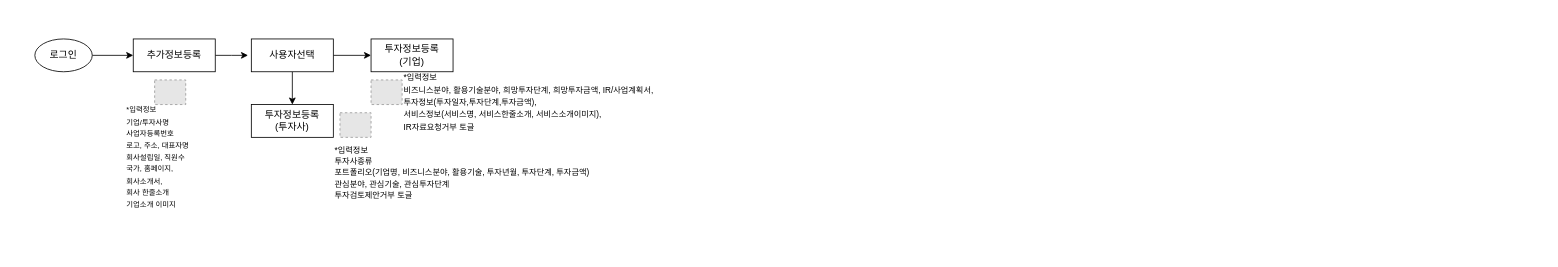
Above: 비즈니스나우(투자)_RESET 2차.drawio in Lucidhomme/TIL (draw.io), before the change. Source tidied: cells renumbered, new cells numbered last; positions are measured from the earlier drawing's top-left corner, leaving out a move shared by most shapes. Both pictures are drawn from the tidied source at 82%, with x=0, y=0 at pixel (34, 39). Pictures stored in the file or linked from it are replaced by grey dashed boxes.
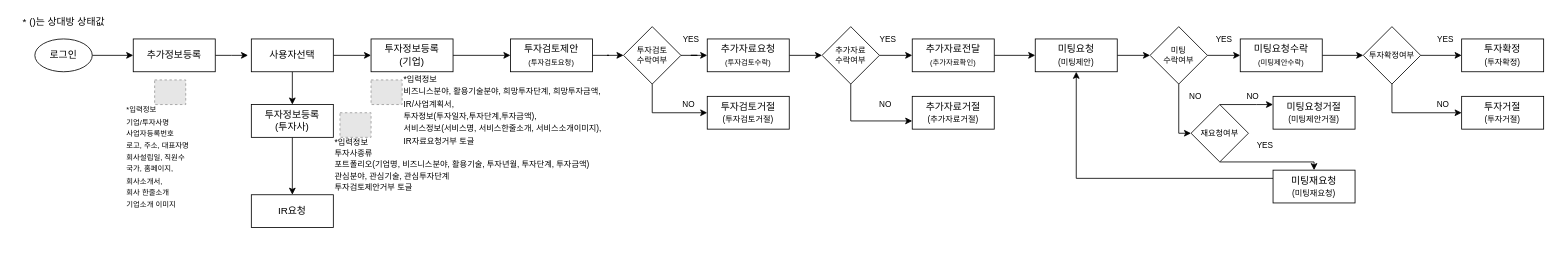
The same page after the edit.

Commit message (it also covers changes not shown here):
Update 비즈니스나우(투자)_RESET 2차.drawio

The change refers to these unchanged cells:
```xml
<mxCell id="9" value="투자정보등록&lt;br&gt;(투자사)" style="rounded=0;whiteSpace=wrap;html=1;" parent="1" vertex="1">
  <mxGeometry x="264" y="80" width="100" height="40" as="geometry" />
</mxCell>
<mxCell id="10" value="투자정보등록&lt;br&gt;(기업)" style="rounded=0;whiteSpace=wrap;html=1;" parent="1" vertex="1">
  <mxGeometry x="410" width="100" height="40" as="geometry" />
</mxCell>
```

Diff of the diagram source:
```diff
@@
+    <mxCell id="17" style="edgeStyle=orthogonalEdgeStyle;rounded=0;jettySize=auto;html=1;entryX=0.5;entryY=0;entryDx=0;entryDy=0;" parent="1" edge="1" source="9" target="19">
+      <mxGeometry relative="1" as="geometry" />
+    </mxCell>
@@
+    <mxCell id="18" style="edgeStyle=orthogonalEdgeStyle;rounded=0;jettySize=auto;html=1;entryX=0;entryY=0.5;entryDx=0;entryDy=0;" parent="1" edge="1" source="10" target="21">
+      <mxGeometry relative="1" as="geometry" />
+    </mxCell>
@@
     <mxCell id="15" value="&lt;font style=&quot;font-size: 10px&quot;&gt;*입력정보&lt;br&gt;&lt;p style=&quot;margin-top: 0pt ; margin-bottom: 0pt ; margin-left: 0in ; direction: ltr ; unicode-bidi: embed&quot;&gt;&lt;span style=&quot;font-family: &amp;#34;맑은 고딕&amp;#34;&quot;&gt;투자사종류&lt;/span&gt;&lt;/p&gt;&lt;span style=&quot;font-family: &amp;#34;맑은 고딕&amp;#34;&quot;&gt;포트폴리오&lt;/span&gt;&lt;span style=&quot;font-family: &amp;#34;맑은 고딕&amp;#34;&quot;&gt;(&lt;/span&gt;&lt;span style=&quot;font-family: &amp;#34;맑은 고딕&amp;#34;&quot;&gt;기업명&lt;/span&gt;&lt;span style=&quot;font-family: &amp;#34;맑은 고딕&amp;#34;&quot;&gt;, &lt;/span&gt;&lt;span style=&quot;font-family: &amp;#34;맑은 고딕&amp;#34;&quot;&gt;비즈니스분야&lt;/span&gt;&lt;span style=&quot;font-family: &amp;#34;맑은 고딕&amp;#34;&quot;&gt;, &lt;/span&gt;&lt;span style=&quot;font-family: &amp;#34;맑은 고딕&amp;#34;&quot;&gt;활용기술&lt;/span&gt;&lt;span style=&quot;font-family: &amp;#34;맑은 고딕&amp;#34;&quot;&gt;, &lt;/span&gt;&lt;span style=&quot;font-family: &amp;#34;맑은 고딕&amp;#34;&quot;&gt;투자년월&lt;/span&gt;&lt;span style=&quot;font-family: &amp;#34;맑은 고딕&amp;#34;&quot;&gt;, &lt;/span&gt;&lt;span style=&quot;font-family: &amp;#34;맑은 고딕&amp;#34;&quot;&gt;투자단계&lt;/span&gt;&lt;span style=&quot;font-family: &amp;#34;맑은 고딕&amp;#34;&quot;&gt;, &lt;/span&gt;&lt;span style=&quot;font-family: &amp;#34;맑은 고딕&amp;#34;&quot;&gt;투자금액&lt;/span&gt;&lt;span style=&quot;font-family: &amp;#34;맑은 고딕&amp;#34;&quot;&gt;)&lt;/span&gt;&lt;br&gt;&lt;span style=&quot;font-family: &amp;#34;맑은 고딕&amp;#34;&quot;&gt;관심분야&lt;/span&gt;&lt;span style=&quot;font-family: &amp;#34;맑은 고딕&amp;#34;&quot;&gt;, &lt;/span&gt;&lt;span style=&quot;font-family: &amp;#34;맑은 고딕&amp;#34;&quot;&gt;관심기술&lt;/span&gt;&lt;span style=&quot;font-family: &amp;#34;맑은 고딕&amp;#34;&quot;&gt;, &lt;/span&gt;&lt;span style=&quot;font-family: &amp;#34;맑은 고딕&amp;#34;&quot;&gt;관심투자단계&lt;/span&gt;&lt;br&gt;&lt;span style=&quot;font-family: &amp;#34;맑은 고딕&amp;#34;&quot;&gt;투자검토제안거부&amp;nbsp;&lt;/span&gt;&lt;span style=&quot;font-family: &amp;#34;맑은 고딕&amp;#34;&quot;&gt;토글&lt;/span&gt;&lt;span style=&quot;font-family: &amp;#34;맑은 고딕&amp;#34;&quot;&gt;&lt;br&gt;&lt;/span&gt;&lt;span style=&quot;font-family: &amp;#34;맑은 고딕&amp;#34;&quot;&gt;&lt;br&gt;&lt;br&gt;&lt;/span&gt;&lt;span style=&quot;font-family: &amp;#34;맑은 고딕&amp;#34;&quot;&gt;&lt;br&gt;&lt;/span&gt;&lt;/font&gt;" style="text;html=1;align=left;verticalAlign=middle;fillColor=none;strokeColor=none;rounded=0;" parent="1" vertex="1">
-      <mxGeometry x="364" y="120" width="350" height="130" as="geometry" />
+      <mxGeometry x="364" y="110" width="350" height="130" as="geometry" />
     </mxCell>
-    <mxCell id="16" value="&lt;font style=&quot;font-size: 10px&quot;&gt;*입력정보&lt;br&gt;&lt;p style=&quot;line-height: normal ; margin: 0pt 0in ; text-indent: 0in ; direction: ltr ; unicode-bidi: embed&quot;&gt;&lt;span style=&quot;font-family: &amp;#34;맑은 고딕&amp;#34;&quot;&gt;비즈니스분야&lt;/span&gt;&lt;span style=&quot;font-family: &amp;#34;맑은 고딕&amp;#34;&quot;&gt;, &lt;/span&gt;&lt;span style=&quot;font-family: &amp;#34;맑은 고딕&amp;#34;&quot;&gt;활용기술분야&lt;/span&gt;&lt;span style=&quot;font-family: &amp;#34;맑은 고딕&amp;#34;&quot;&gt;, &lt;/span&gt;&lt;span style=&quot;font-family: &amp;#34;맑은 고딕&amp;#34;&quot;&gt;희망투자단계&lt;/span&gt;&lt;span style=&quot;font-family: &amp;#34;맑은 고딕&amp;#34;&quot;&gt;, &lt;/span&gt;&lt;span style=&quot;font-family: &amp;#34;맑은 고딕&amp;#34;&quot;&gt;희망투자금액&lt;/span&gt;&lt;span style=&quot;font-family: &amp;#34;맑은 고딕&amp;#34;&quot;&gt;, IR/&lt;/span&gt;&lt;span style=&quot;font-family: &amp;#34;맑은 고딕&amp;#34;&quot;&gt;사업계획서,&lt;/span&gt;&lt;/p&gt;&lt;p style=&quot;line-height: normal ; margin: 0pt 0in ; text-indent: 0in ; direction: ltr ; unicode-bidi: embed&quot;&gt;&lt;span style=&quot;font-family: &amp;#34;맑은 고딕&amp;#34;&quot;&gt;투자정보(투자일자&lt;/span&gt;&lt;span style=&quot;font-family: &amp;#34;맑은 고딕&amp;#34;&quot;&gt;,&lt;/span&gt;&lt;span style=&quot;font-family: &amp;#34;맑은 고딕&amp;#34;&quot;&gt;투자단계&lt;/span&gt;&lt;span style=&quot;font-family: &amp;#34;맑은 고딕&amp;#34;&quot;&gt;,&lt;/span&gt;&lt;span style=&quot;font-family: &amp;#34;맑은 고딕&amp;#34;&quot;&gt;투자금액),&lt;/span&gt;&lt;/p&gt;&lt;p style=&quot;line-height: normal ; margin: 0pt 0in ; text-indent: 0in ; direction: ltr ; unicode-bidi: embed&quot;&gt;&lt;span style=&quot;font-family: &amp;#34;맑은 고딕&amp;#34;&quot;&gt;서비스정보(서비스명&lt;/span&gt;&lt;span style=&quot;font-family: &amp;#34;맑은 고딕&amp;#34;&quot;&gt;, &lt;/span&gt;&lt;span style=&quot;font-family: &amp;#34;맑은 고딕&amp;#34;&quot;&gt;서비스한줄소개&lt;/span&gt;&lt;span style=&quot;font-family: &amp;#34;맑은 고딕&amp;#34;&quot;&gt;, &lt;/span&gt;&lt;span style=&quot;font-family: &amp;#34;맑은 고딕&amp;#34;&quot;&gt;서비스소개이미지),&lt;/span&gt;&lt;span style=&quot;font-family: &amp;#34;맑은 고딕&amp;#34;&quot;&gt;&amp;nbsp;&lt;/span&gt;&lt;/p&gt;&lt;p style=&quot;line-height: normal ; margin: 0pt 0in ; text-indent: 0in ; direction: ltr ; unicode-bidi: embed&quot;&gt;&lt;span style=&quot;font-family: &amp;#34;맑은 고딕&amp;#34;&quot;&gt;IR&lt;/span&gt;&lt;span style=&quot;font-family: &amp;#34;맑은 고딕&amp;#34;&quot;&gt;자료요청거부 &lt;/span&gt;&lt;span style=&quot;font-family: &amp;#34;맑은 고딕&amp;#34;&quot;&gt;토글&lt;/span&gt;&lt;/p&gt;&lt;span style=&quot;font-family: &amp;#34;맑은 고딕&amp;#34;&quot;&gt;&lt;br&gt;&lt;br&gt;&lt;br&gt;&lt;/span&gt;&lt;span style=&quot;font-family: &amp;#34;맑은 고딕&amp;#34;&quot;&gt;&lt;br&gt;&lt;/span&gt;&lt;/font&gt;" style="text;html=1;align=left;verticalAlign=middle;fillColor=none;strokeColor=none;rounded=0;" parent="1" vertex="1">
-      <mxGeometry x="447.9" y="35" width="340" height="140" as="geometry" />
+    <mxCell id="16" value="&lt;font style=&quot;font-size: 10px&quot;&gt;*입력정보&lt;br&gt;&lt;p style=&quot;line-height: normal ; margin: 0pt 0in ; text-indent: 0in ; direction: ltr ; unicode-bidi: embed&quot;&gt;&lt;span style=&quot;font-family: &amp;#34;맑은 고딕&amp;#34;&quot;&gt;비즈니스분야&lt;/span&gt;&lt;span style=&quot;font-family: &amp;#34;맑은 고딕&amp;#34;&quot;&gt;, &lt;/span&gt;&lt;span style=&quot;font-family: &amp;#34;맑은 고딕&amp;#34;&quot;&gt;활용기술분야&lt;/span&gt;&lt;span style=&quot;font-family: &amp;#34;맑은 고딕&amp;#34;&quot;&gt;, &lt;/span&gt;&lt;span style=&quot;font-family: &amp;#34;맑은 고딕&amp;#34;&quot;&gt;희망투자단계&lt;/span&gt;&lt;span style=&quot;font-family: &amp;#34;맑은 고딕&amp;#34;&quot;&gt;, &lt;/span&gt;&lt;span style=&quot;font-family: &amp;#34;맑은 고딕&amp;#34;&quot;&gt;희망투자금액&lt;/span&gt;&lt;span style=&quot;font-family: &amp;#34;맑은 고딕&amp;#34;&quot;&gt;,&amp;nbsp;&lt;/span&gt;&lt;/p&gt;&lt;p style=&quot;line-height: normal ; margin: 0pt 0in ; text-indent: 0in ; direction: ltr ; unicode-bidi: embed&quot;&gt;&lt;span style=&quot;font-family: &amp;#34;맑은 고딕&amp;#34;&quot;&gt;IR/&lt;/span&gt;&lt;span style=&quot;font-family: &amp;#34;맑은 고딕&amp;#34;&quot;&gt;사업계획서,&lt;/span&gt;&lt;/p&gt;&lt;p style=&quot;line-height: normal ; margin: 0pt 0in ; text-indent: 0in ; direction: ltr ; unicode-bidi: embed&quot;&gt;&lt;span style=&quot;font-family: &amp;#34;맑은 고딕&amp;#34;&quot;&gt;투자정보(투자일자&lt;/span&gt;&lt;span style=&quot;font-family: &amp;#34;맑은 고딕&amp;#34;&quot;&gt;,&lt;/span&gt;&lt;span style=&quot;font-family: &amp;#34;맑은 고딕&amp;#34;&quot;&gt;투자단계&lt;/span&gt;&lt;span style=&quot;font-family: &amp;#34;맑은 고딕&amp;#34;&quot;&gt;,&lt;/span&gt;&lt;span style=&quot;font-family: &amp;#34;맑은 고딕&amp;#34;&quot;&gt;투자금액),&lt;/span&gt;&lt;/p&gt;&lt;p style=&quot;line-height: normal ; margin: 0pt 0in ; text-indent: 0in ; direction: ltr ; unicode-bidi: embed&quot;&gt;&lt;span style=&quot;font-family: &amp;#34;맑은 고딕&amp;#34;&quot;&gt;서비스정보(서비스명&lt;/span&gt;&lt;span style=&quot;font-family: &amp;#34;맑은 고딕&amp;#34;&quot;&gt;, &lt;/span&gt;&lt;span style=&quot;font-family: &amp;#34;맑은 고딕&amp;#34;&quot;&gt;서비스한줄소개&lt;/span&gt;&lt;span style=&quot;font-family: &amp;#34;맑은 고딕&amp;#34;&quot;&gt;, &lt;/span&gt;&lt;span style=&quot;font-family: &amp;#34;맑은 고딕&amp;#34;&quot;&gt;서비스소개이미지),&lt;/span&gt;&lt;span style=&quot;font-family: &amp;#34;맑은 고딕&amp;#34;&quot;&gt;&amp;nbsp;&lt;/span&gt;&lt;/p&gt;&lt;p style=&quot;line-height: normal ; margin: 0pt 0in ; text-indent: 0in ; direction: ltr ; unicode-bidi: embed&quot;&gt;&lt;span style=&quot;font-family: &amp;#34;맑은 고딕&amp;#34;&quot;&gt;IR&lt;/span&gt;&lt;span style=&quot;font-family: &amp;#34;맑은 고딕&amp;#34;&quot;&gt;자료요청거부 &lt;/span&gt;&lt;span style=&quot;font-family: &amp;#34;맑은 고딕&amp;#34;&quot;&gt;토글&lt;/span&gt;&lt;/p&gt;&lt;span style=&quot;font-family: &amp;#34;맑은 고딕&amp;#34;&quot;&gt;&lt;br&gt;&lt;br&gt;&lt;br&gt;&lt;/span&gt;&lt;span style=&quot;font-family: &amp;#34;맑은 고딕&amp;#34;&quot;&gt;&lt;br&gt;&lt;/span&gt;&lt;/font&gt;" style="text;html=1;align=left;verticalAlign=middle;fillColor=none;strokeColor=none;rounded=0;" parent="1" vertex="1">
+      <mxGeometry x="447.9" y="40" width="280" height="150" as="geometry" />
     </mxCell>
+    <mxCell id="19" value="IR요청" style="rounded=0;whiteSpace=wrap;html=1;" parent="1" vertex="1">
+      <mxGeometry x="264" y="190" width="100" height="40" as="geometry" />
+    </mxCell>
+    <mxCell id="20" style="edgeStyle=orthogonalEdgeStyle;rounded=0;jettySize=auto;html=1;entryX=0;entryY=0.5;entryDx=0;entryDy=0;" parent="1" edge="1" source="21" target="27">
+      <mxGeometry relative="1" as="geometry" />
+    </mxCell>
+    <mxCell id="21" value="투자검토제안&lt;br&gt;&lt;font style=&quot;font-size: 9px&quot;&gt;(투자검토요청)&lt;/font&gt;" style="rounded=0;whiteSpace=wrap;html=1;" parent="1" vertex="1">
+      <mxGeometry x="580" width="100" height="40" as="geometry" />
+    </mxCell>
+    <mxCell id="22" value="* ()는 상대방 상태값" style="text;html=1;align=center;verticalAlign=middle;fillColor=none;strokeColor=none;rounded=0;" parent="1" vertex="1">
+      <mxGeometry x="-25" y="-30" width="120" height="20" as="geometry" />
+    </mxCell>
+    <mxCell id="23" style="edgeStyle=orthogonalEdgeStyle;rounded=0;jettySize=auto;html=1;entryX=0;entryY=0.5;entryDx=0;entryDy=0;" parent="1" edge="1" source="24" target="35">
+      <mxGeometry relative="1" as="geometry" />
+    </mxCell>
+    <mxCell id="24" value="&lt;font&gt;추가자료요청&lt;br&gt;&lt;/font&gt;&lt;font style=&quot;font-size: 9px&quot;&gt;(투자검토수락)&lt;/font&gt;" style="rounded=0;whiteSpace=wrap;html=1;" parent="1" vertex="1">
+      <mxGeometry x="820" width="100" height="40" as="geometry" />
+    </mxCell>
+    <mxCell id="25" style="edgeStyle=orthogonalEdgeStyle;rounded=0;jettySize=auto;html=1;entryX=0;entryY=0.5;entryDx=0;entryDy=0;" parent="1" edge="1" source="27" target="24">
+      <mxGeometry relative="1" as="geometry" />
+    </mxCell>
+    <mxCell id="26" style="edgeStyle=orthogonalEdgeStyle;rounded=0;jettySize=auto;html=1;entryX=0;entryY=0.5;entryDx=0;entryDy=0;" parent="1" edge="1" source="27" target="28">
+      <mxGeometry relative="1" as="geometry">
+        <Array as="points">
+          <mxPoint x="753" y="90" />
+        </Array>
+      </mxGeometry>
+    </mxCell>
+    <mxCell id="27" value="투자검토&lt;br&gt;수락여부" style="rhombus;whiteSpace=wrap;html=1;rounded=0;fontSize=10;" parent="1" vertex="1">
+      <mxGeometry x="717.9" y="-15" width="70" height="70" as="geometry" />
+    </mxCell>
+    <mxCell id="28" value="투자검토거절&lt;br&gt;&lt;font style=&quot;font-size: 10px&quot;&gt;(투자검토거절)&lt;/font&gt;" style="rounded=0;whiteSpace=wrap;html=1;" parent="1" vertex="1">
+      <mxGeometry x="820" y="70" width="100" height="40" as="geometry" />
+    </mxCell>
+    <mxCell id="29" value="YES" style="text;html=1;align=center;verticalAlign=middle;fillColor=none;strokeColor=none;rounded=0;fontSize=10;" parent="1" vertex="1">
+      <mxGeometry x="780" y="-10" width="40" height="20" as="geometry" />
+    </mxCell>
+    <mxCell id="30" value="NO" style="text;html=1;align=center;verticalAlign=middle;fillColor=none;strokeColor=none;rounded=0;fontSize=10;" parent="1" vertex="1">
+      <mxGeometry x="782" y="70" width="30" height="20" as="geometry" />
+    </mxCell>
+    <mxCell id="31" style="edgeStyle=orthogonalEdgeStyle;rounded=0;jettySize=auto;html=1;entryX=0;entryY=0.5;entryDx=0;entryDy=0;" parent="1" edge="1" source="32" target="40">
+      <mxGeometry relative="1" as="geometry" />
+    </mxCell>
+    <mxCell id="32" value="&lt;font&gt;추가자료전달&lt;br&gt;&lt;/font&gt;&lt;font style=&quot;font-size: 9px&quot;&gt;(추가자료확인)&lt;/font&gt;" style="rounded=0;whiteSpace=wrap;html=1;" parent="1" vertex="1">
+      <mxGeometry x="1070" width="100" height="40" as="geometry" />
+    </mxCell>
+    <mxCell id="33" style="edgeStyle=orthogonalEdgeStyle;rounded=0;jettySize=auto;html=1;entryX=0;entryY=0.5;entryDx=0;entryDy=0;" parent="1" edge="1" source="35" target="32">
+      <mxGeometry relative="1" as="geometry" />
+    </mxCell>
+    <mxCell id="34" style="edgeStyle=orthogonalEdgeStyle;rounded=0;jettySize=auto;html=1;entryX=0;entryY=0.75;entryDx=0;entryDy=0;" parent="1" edge="1" source="35" target="36">
+      <mxGeometry relative="1" as="geometry">
+        <Array as="points">
+          <mxPoint x="995" y="100" />
+        </Array>
+      </mxGeometry>
+    </mxCell>
+    <mxCell id="35" value="추가자료 &lt;br&gt;수락여부" style="rhombus;whiteSpace=wrap;html=1;rounded=0;fontSize=10;" parent="1" vertex="1">
+      <mxGeometry x="960" y="-15" width="70" height="70" as="geometry" />
+    </mxCell>
+    <mxCell id="36" value="추가자료거절&lt;br&gt;&lt;font style=&quot;font-size: 10px&quot;&gt;(추가자료거절)&lt;/font&gt;" style="rounded=0;whiteSpace=wrap;html=1;" parent="1" vertex="1">
+      <mxGeometry x="1070" y="70" width="100" height="40" as="geometry" />
+    </mxCell>
+    <mxCell id="37" value="YES" style="text;html=1;align=center;verticalAlign=middle;fillColor=none;strokeColor=none;rounded=0;fontSize=10;" parent="1" vertex="1">
+      <mxGeometry x="1020" y="-10" width="40" height="20" as="geometry" />
+    </mxCell>
+    <mxCell id="38" value="NO" style="text;html=1;align=center;verticalAlign=middle;fillColor=none;strokeColor=none;rounded=0;fontSize=10;" parent="1" vertex="1">
+      <mxGeometry x="1022" y="70" width="30" height="20" as="geometry" />
+    </mxCell>
+    <mxCell id="39" style="edgeStyle=orthogonalEdgeStyle;rounded=0;jettySize=auto;html=1;entryX=0;entryY=0.5;entryDx=0;entryDy=0;" parent="1" edge="1" source="40" target="43">
+      <mxGeometry relative="1" as="geometry" />
+    </mxCell>
+    <mxCell id="40" value="미팅요청&lt;br&gt;&lt;font style=&quot;font-size: 10px&quot;&gt;(미팅제안)&lt;/font&gt;" style="rounded=0;whiteSpace=wrap;html=1;" parent="1" vertex="1">
+      <mxGeometry x="1220" width="100" height="40" as="geometry" />
+    </mxCell>
+    <mxCell id="41" style="edgeStyle=orthogonalEdgeStyle;rounded=0;jettySize=auto;html=1;entryX=0;entryY=0.5;entryDx=0;entryDy=0;" parent="1" edge="1" source="43" target="45">
+      <mxGeometry relative="1" as="geometry" />
+    </mxCell>
+    <mxCell id="42" style="edgeStyle=orthogonalEdgeStyle;rounded=0;jettySize=auto;html=1;entryX=0;entryY=0.5;entryDx=0;entryDy=0;" parent="1" edge="1" source="43" target="53">
+      <mxGeometry relative="1" as="geometry">
+        <Array as="points">
+          <mxPoint x="1395" y="115" />
+        </Array>
+      </mxGeometry>
+    </mxCell>
+    <mxCell id="43" value="미팅&lt;br&gt;수락여부" style="rhombus;whiteSpace=wrap;html=1;rounded=0;fontSize=10;" parent="1" vertex="1">
+      <mxGeometry x="1360" y="-15" width="70" height="70" as="geometry" />
+    </mxCell>
+    <mxCell id="44" style="edgeStyle=orthogonalEdgeStyle;rounded=0;jettySize=auto;html=1;entryX=0;entryY=0.5;entryDx=0;entryDy=0;" parent="1" edge="1" source="45" target="58">
+      <mxGeometry relative="1" as="geometry" />
+    </mxCell>
+    <mxCell id="45" value="&lt;font&gt;미팅요청수락&lt;br&gt;&lt;/font&gt;&lt;font style=&quot;font-size: 9px&quot;&gt;(미팅제안수락)&lt;/font&gt;" style="rounded=0;whiteSpace=wrap;html=1;" parent="1" vertex="1">
+      <mxGeometry x="1470" width="100" height="40" as="geometry" />
+    </mxCell>
+    <mxCell id="46" value="미팅요청거절&lt;br&gt;&lt;font style=&quot;font-size: 10px&quot;&gt;(미팅제안거절)&lt;/font&gt;" style="rounded=0;whiteSpace=wrap;html=1;" parent="1" vertex="1">
+      <mxGeometry x="1510" y="70" width="100" height="40" as="geometry" />
+    </mxCell>
+    <mxCell id="47" value="YES" style="text;html=1;align=center;verticalAlign=middle;fillColor=none;strokeColor=none;rounded=0;fontSize=10;" parent="1" vertex="1">
+      <mxGeometry x="1430" y="-10" width="40" height="20" as="geometry" />
+    </mxCell>
+    <mxCell id="48" value="NO" style="text;html=1;align=center;verticalAlign=middle;fillColor=none;strokeColor=none;rounded=0;fontSize=10;" parent="1" vertex="1">
+      <mxGeometry x="1400" y="60" width="30" height="20" as="geometry" />
+    </mxCell>
+    <mxCell id="49" style="edgeStyle=orthogonalEdgeStyle;rounded=0;jettySize=auto;html=1;" parent="1" edge="1" source="50" target="40">
+      <mxGeometry relative="1" as="geometry">
+        <Array as="points">
+          <mxPoint x="1270" y="170" />
+        </Array>
+      </mxGeometry>
+    </mxCell>
+    <mxCell id="50" value="미팅재요청&lt;br&gt;&lt;font style=&quot;font-size: 10px&quot;&gt;(미팅재요청)&lt;/font&gt;" style="rounded=0;whiteSpace=wrap;html=1;" parent="1" vertex="1">
+      <mxGeometry x="1510" y="160" width="100" height="40" as="geometry" />
+    </mxCell>
+    <mxCell id="51" style="edgeStyle=orthogonalEdgeStyle;rounded=0;jettySize=auto;html=1;entryX=0;entryY=0.25;entryDx=0;entryDy=0;" parent="1" edge="1" source="53" target="46">
+      <mxGeometry relative="1" as="geometry">
+        <Array as="points">
+          <mxPoint x="1490" y="80" />
+          <mxPoint x="1490" y="80" />
+        </Array>
+      </mxGeometry>
+    </mxCell>
+    <mxCell id="52" style="edgeStyle=orthogonalEdgeStyle;rounded=0;jettySize=auto;html=1;entryX=0.5;entryY=0;entryDx=0;entryDy=0;" parent="1" edge="1" source="53" target="50">
+      <mxGeometry relative="1" as="geometry">
+        <Array as="points">
+          <mxPoint x="1560" y="150" />
+        </Array>
+      </mxGeometry>
+    </mxCell>
+    <mxCell id="53" value="재요청여부" style="rhombus;whiteSpace=wrap;html=1;rounded=0;fontSize=10;" parent="1" vertex="1">
+      <mxGeometry x="1410" y="80" width="70" height="70" as="geometry" />
+    </mxCell>
+    <mxCell id="54" value="YES" style="text;html=1;align=center;verticalAlign=middle;fillColor=none;strokeColor=none;rounded=0;fontSize=10;" parent="1" vertex="1">
+      <mxGeometry x="1480" y="120" width="40" height="20" as="geometry" />
+    </mxCell>
+    <mxCell id="55" value="NO" style="text;html=1;align=center;verticalAlign=middle;fillColor=none;strokeColor=none;rounded=0;fontSize=10;" parent="1" vertex="1">
+      <mxGeometry x="1470" y="60" width="30" height="20" as="geometry" />
+    </mxCell>
+    <mxCell id="56" style="edgeStyle=orthogonalEdgeStyle;rounded=0;jettySize=auto;html=1;entryX=0;entryY=0.5;entryDx=0;entryDy=0;" parent="1" edge="1" source="58" target="59">
+      <mxGeometry relative="1" as="geometry" />
+    </mxCell>
+    <mxCell id="57" style="edgeStyle=orthogonalEdgeStyle;rounded=0;jettySize=auto;html=1;entryX=0;entryY=0.5;entryDx=0;entryDy=0;" parent="1" edge="1" source="58" target="60">
+      <mxGeometry relative="1" as="geometry">
+        <Array as="points">
+          <mxPoint x="1655" y="90" />
+        </Array>
+      </mxGeometry>
+    </mxCell>
+    <mxCell id="58" value="투자확정여부" style="rhombus;whiteSpace=wrap;html=1;rounded=0;fontSize=10;" parent="1" vertex="1">
+      <mxGeometry x="1620" y="-15" width="70" height="70" as="geometry" />
+    </mxCell>
+    <mxCell id="59" value="투자확정&lt;br&gt;&lt;font style=&quot;font-size: 10px&quot;&gt;(투자확정)&lt;/font&gt;" style="rounded=0;whiteSpace=wrap;html=1;" parent="1" vertex="1">
+      <mxGeometry x="1740" width="100" height="40" as="geometry" />
+    </mxCell>
+    <mxCell id="60" value="투자거절&lt;br&gt;&lt;font style=&quot;font-size: 10px&quot;&gt;(투자거절)&lt;/font&gt;" style="rounded=0;whiteSpace=wrap;html=1;" parent="1" vertex="1">
+      <mxGeometry x="1740" y="70" width="100" height="40" as="geometry" />
+    </mxCell>
+    <mxCell id="61" value="YES" style="text;html=1;align=center;verticalAlign=middle;fillColor=none;strokeColor=none;rounded=0;fontSize=10;" parent="1" vertex="1">
+      <mxGeometry x="1700" y="-10" width="40" height="20" as="geometry" />
+    </mxCell>
+    <mxCell id="62" value="NO" style="text;html=1;align=center;verticalAlign=middle;fillColor=none;strokeColor=none;rounded=0;fontSize=10;" parent="1" vertex="1">
+      <mxGeometry x="1702" y="70" width="30" height="20" as="geometry" />
+    </mxCell>
```
